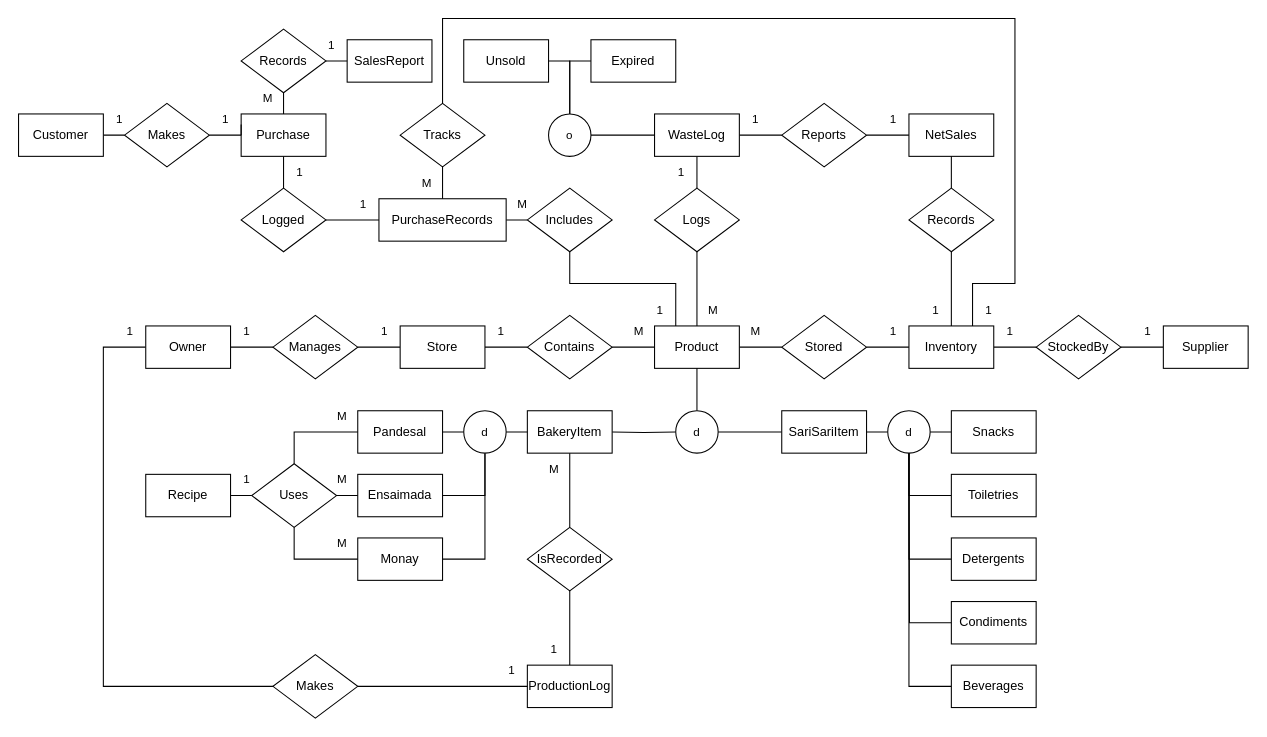
Before: Reworked ERD.drawio in ConnedMaster/ITS131P, a draw.io diagram. Source tidied: cells renumbered, new cells numbered last; positions are measured from the earlier drawing's top-left corner, leaving out a move shared by most shapes. Both pictures are drawn from the tidied source at 106%, with x=0, y=0 at pixel (18, 18).
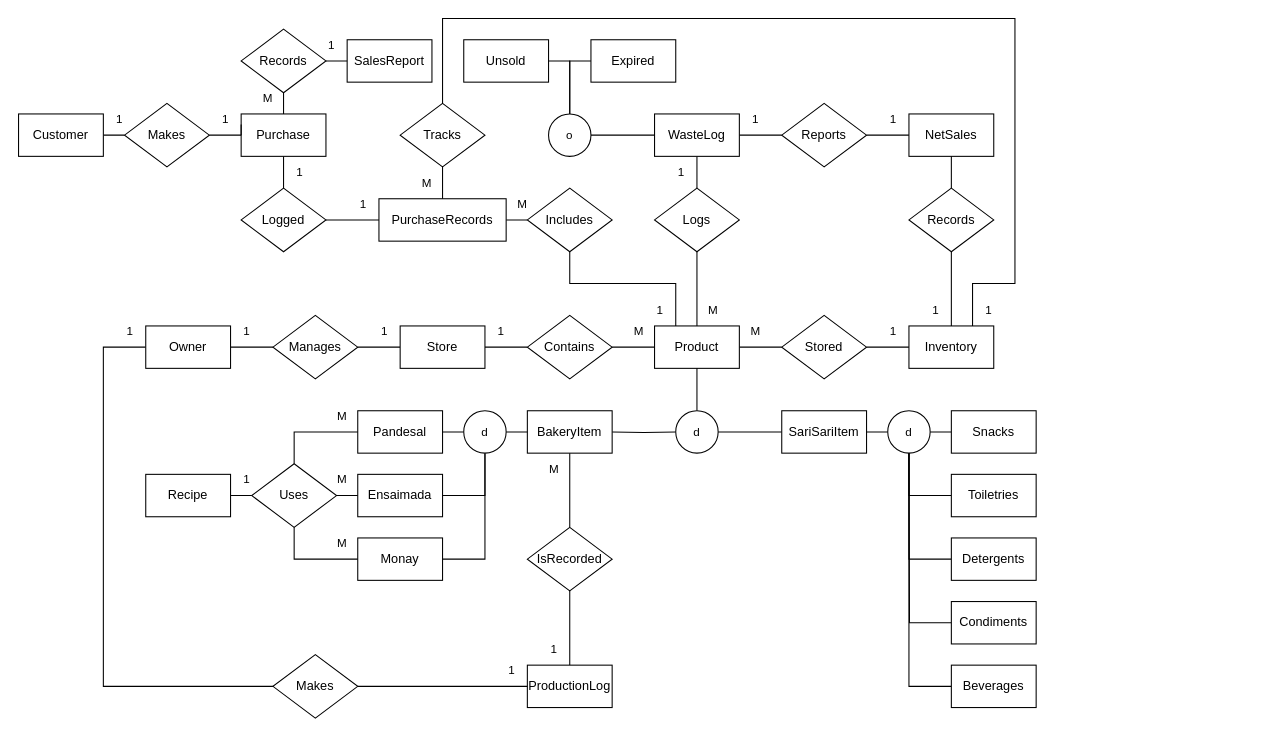
Above is the later version.

Unchanged cells that the change refers to:
```xml
<mxCell id="19" value="Inventory" style="whiteSpace=wrap;html=1;align=center;" parent="1" vertex="1">
  <mxGeometry x="840" y="290" width="80" height="40" as="geometry" />
</mxCell>
```

Change to the diagram source:
```diff
@@
-    <mxCell id="18" style="edgeStyle=orthogonalEdgeStyle;shape=connector;rounded=0;jettySize=auto;html=1;entryX=0;entryY=0.5;entryDx=0;entryDy=0;strokeColor=default;align=center;verticalAlign=middle;fontFamily=Helvetica;fontSize=11;fontColor=default;labelBackgroundColor=default;startFill=0;endArrow=none;" parent="1" edge="1" source="19" target="21">
-      <mxGeometry relative="1" as="geometry" />
-    </mxCell>
@@
-    <mxCell id="20" style="edgeStyle=orthogonalEdgeStyle;shape=connector;rounded=0;jettySize=auto;html=1;entryX=0;entryY=0.5;entryDx=0;entryDy=0;strokeColor=default;align=center;verticalAlign=middle;fontFamily=Helvetica;fontSize=11;fontColor=default;labelBackgroundColor=default;startFill=0;endArrow=none;" parent="1" edge="1" source="21" target="22">
-      <mxGeometry relative="1" as="geometry" />
-    </mxCell>
-    <mxCell id="21" value="StockedBy" style="shape=rhombus;perimeter=rhombusPerimeter;whiteSpace=wrap;html=1;align=center;" parent="1" vertex="1">
-      <mxGeometry x="960" y="280" width="80" height="60" as="geometry" />
-    </mxCell>
-    <mxCell id="22" value="Supplier" style="whiteSpace=wrap;html=1;align=center;" parent="1" vertex="1">
-      <mxGeometry x="1080" y="290" width="80" height="40" as="geometry" />
-    </mxCell>
@@
-    <mxCell id="97" value="1" style="text;html=1;align=center;verticalAlign=middle;strokeColor=none;fillColor=none;fontFamily=Helvetica;fontSize=11;fontColor=default;labelBackgroundColor=default;" parent="1" vertex="1">
-      <mxGeometry x="920" y="280" width="30" height="30" as="geometry" />
-    </mxCell>
-    <mxCell id="98" value="1" style="text;html=1;align=center;verticalAlign=middle;strokeColor=none;fillColor=none;fontFamily=Helvetica;fontSize=11;fontColor=default;labelBackgroundColor=default;" parent="1" vertex="1">
-      <mxGeometry x="1050" y="280" width="30" height="30" as="geometry" />
-    </mxCell>
```
